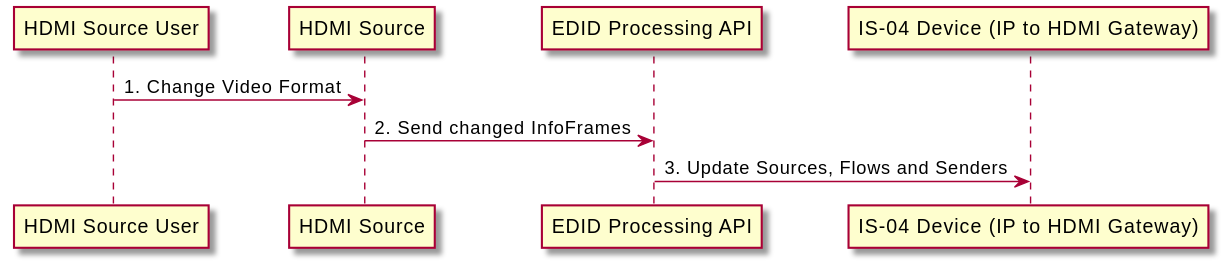
Earlier version of the PlantUML export docs/images/svg/infoframe_change_sequence.svg (AMWA-TV/bcp-005-01).
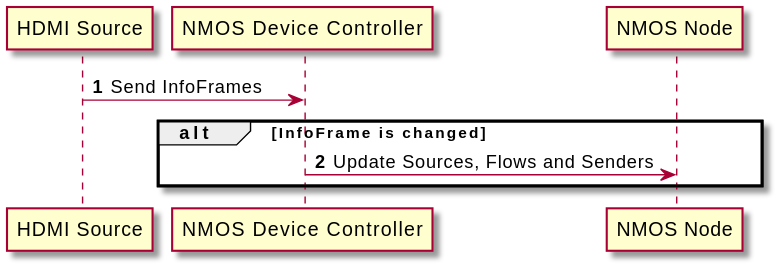
Above is the later version.

Diff of the diagram source:
```diff
@@ -1,10 +1,8 @@
 @startuml
-participant "HDMI Source User"
-participant "HDMI Source"
-participant "EDID Processing API"
-participant "IS-04 Device (IP to HDMI Gateway)"
+autonumber
 
-"HDMI Source User" -> "HDMI Source": 1. Change Video Format
-"HDMI Source" -> "EDID Processing API": 2. Send changed InfoFrames
-"IS-04 Device (IP to HDMI Gateway)" <- "EDID Processing API": 3. Update Sources, Flows and Senders
+"HDMI Source" -> "NMOS Device Controller": Send InfoFrames
+alt InfoFrame is changed
+    "NMOS Device Controller" -> "NMOS Node": Update Sources, Flows and Senders
+end
 @enduml
```
